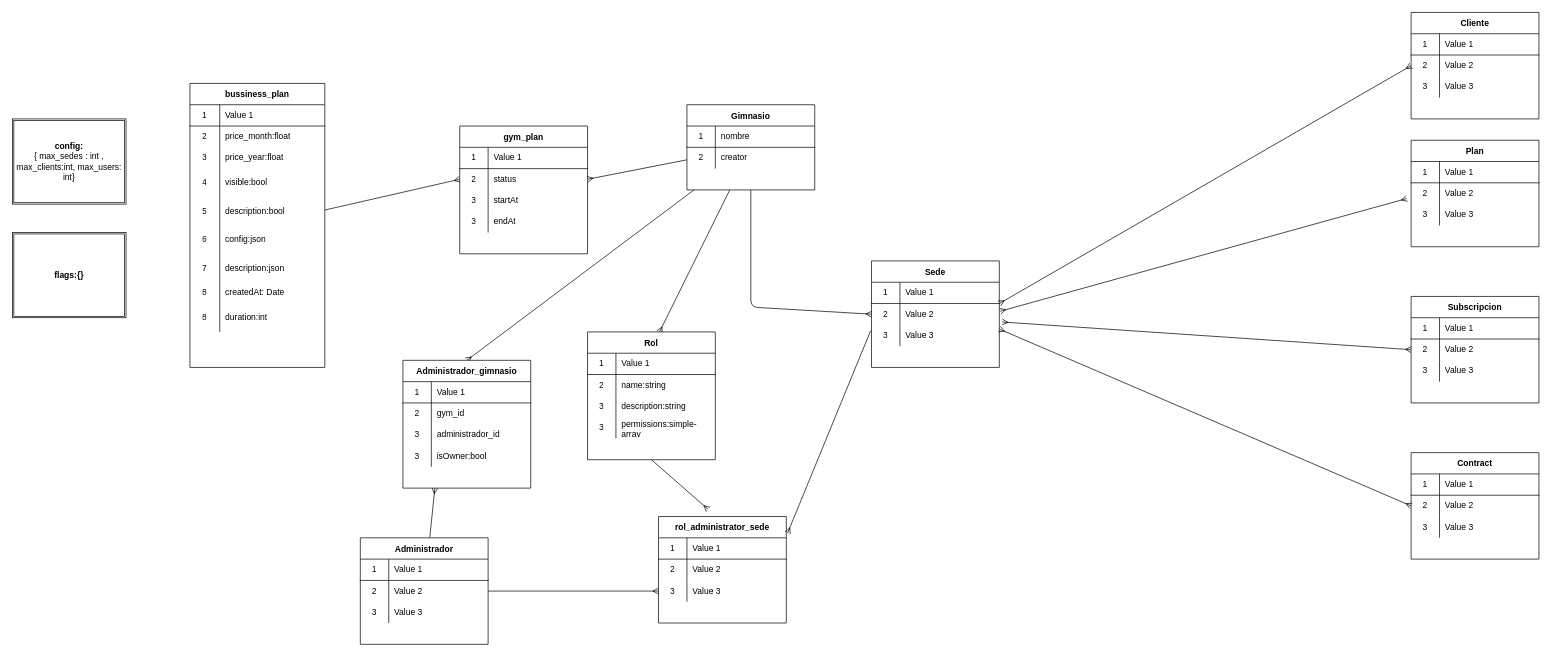
Earlier version of the draw.io diagram resources/bd.drawio (leobar37/gym-startup). Source tidied: cells renumbered, new cells numbered last; positions are measured from the earlier drawing's top-left corner, leaving out a move shared by most shapes. Both pictures are drawn from the tidied source at 71%, with x=0, y=0 at pixel (12, 12).
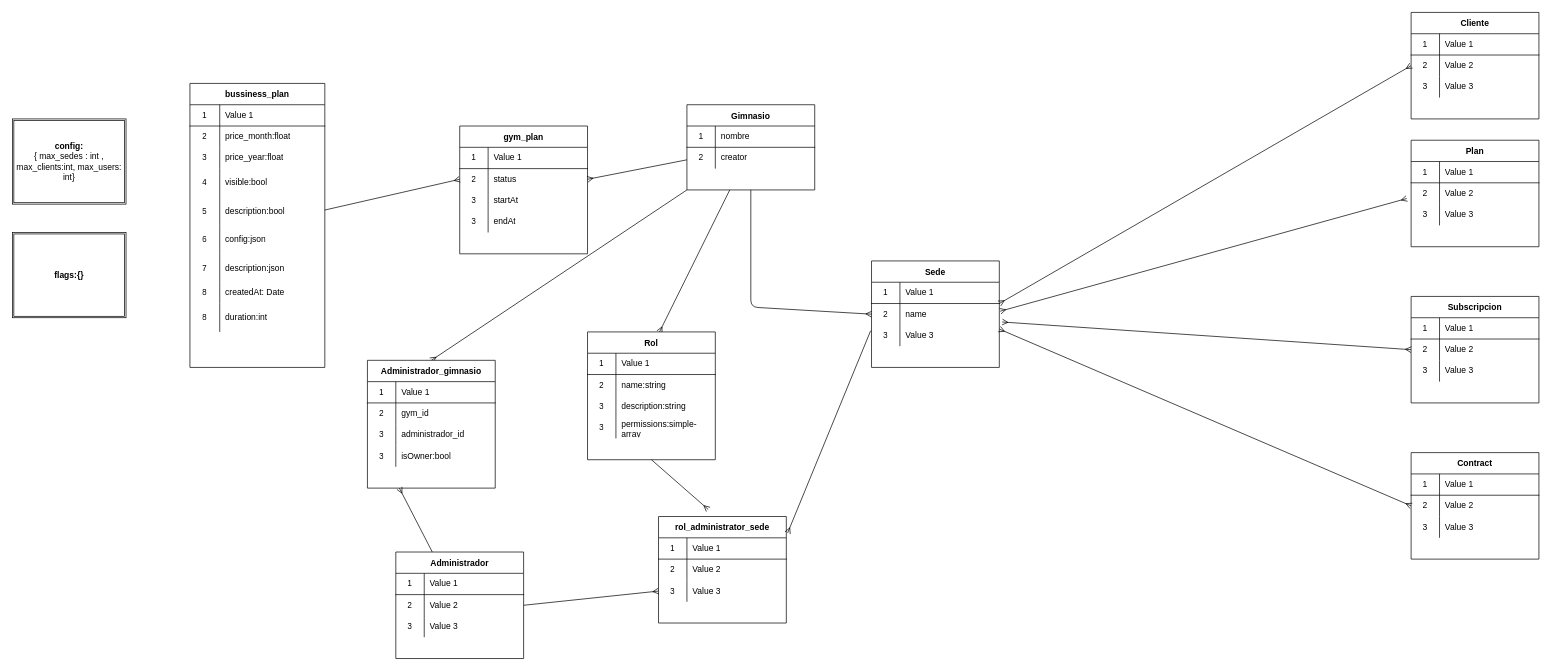
The same diagram, later.

The change refers to these unchanged cells:
```xml
<mxCell id="17" style="shape=partialRectangle;html=1;whiteSpace=wrap;fillColor=none;top=0;left=0;bottom=0;right=0;points=[[0,0.5],[1,0.5]];portConstraint=eastwest;" parent="13" vertex="1">
  <mxGeometry y="60" width="180" height="30" as="geometry" />
</mxCell>
```

The edit, as a diff of the source:
```diff
@@
-    <mxCell id="19" value="Value 2" style="shape=partialRectangle;html=1;whiteSpace=wrap;fillColor=none;top=0;left=0;bottom=0;right=0;align=left;spacingLeft=6;overflow=hidden;" parent="17" vertex="1">
+    <mxCell id="19" value="name" style="shape=partialRectangle;html=1;whiteSpace=wrap;fillColor=none;top=0;left=0;bottom=0;right=0;align=left;spacingLeft=6;overflow=hidden;" parent="17" vertex="1">
       <mxGeometry x="40" width="140" height="30" as="geometry" />
     </mxCell>
@@
     <mxCell id="24" value="Administrador" style="shape=table;startSize=30;childLayout=tableLayout;rowLines=0;fontStyle=1;align=center;" parent="1" vertex="1">
-      <mxGeometry x="490" y="740" width="180" height="150" as="geometry" />
+      <mxGeometry x="540" y="760" width="180" height="150" as="geometry" />
     </mxCell>
@@
     <mxCell id="131" value="Administrador_gimnasio" style="shape=table;startSize=30;childLayout=tableLayout;rowLines=0;fontStyle=1;align=center;" parent="1" vertex="1">
-      <mxGeometry x="550" y="490" width="180" height="180" as="geometry" />
+      <mxGeometry x="500" y="490" width="180" height="180" as="geometry" />
     </mxCell>
```
